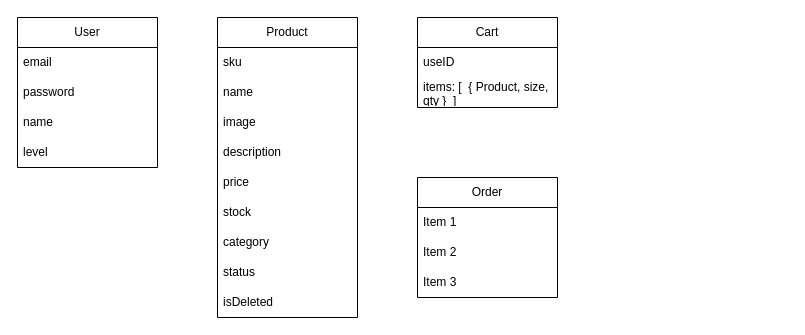
Above: H&M/server/H&M.drawio in Agratos/node-study (draw.io), before the change. Source tidied: cells renumbered, new cells numbered last; positions are measured from the earlier drawing's top-left corner, leaving out a move shared by most shapes. Both pictures are drawn from the tidied source at 100%, with x=0, y=0 at pixel (17, 17).
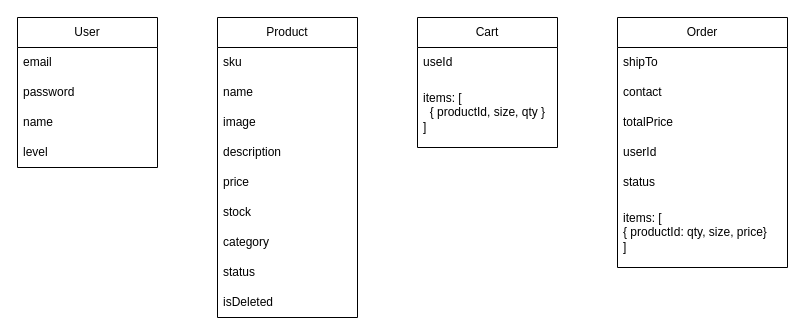
After the change.

Change to the diagram source:
```diff
@@
     <mxCell id="17" value="Cart" style="swimlane;fontStyle=0;horizontal=1;startSize=30;whiteSpace=wrap;html=1;" parent="1" vertex="1">
-      <mxGeometry x="400" width="140" height="90" as="geometry" />
+      <mxGeometry x="400" width="140" height="130" as="geometry" />
     </mxCell>
-    <mxCell id="18" value="useID" style="text;strokeColor=none;fillColor=none;align=left;verticalAlign=middle;spacingLeft=4;spacingRight=4;overflow=hidden;whiteSpace=wrap;html=1;" parent="17" vertex="1">
+    <mxCell id="18" value="useId" style="text;strokeColor=none;fillColor=none;align=left;verticalAlign=middle;spacingLeft=4;spacingRight=4;overflow=hidden;whiteSpace=wrap;html=1;" parent="17" vertex="1">
       <mxGeometry y="30" width="140" height="30" as="geometry" />
     </mxCell>
-    <mxCell id="19" value="items: [&amp;nbsp; { Product, size, qty }&amp;nbsp; ]" style="text;strokeColor=none;fillColor=none;align=left;verticalAlign=middle;spacingLeft=4;spacingRight=4;overflow=hidden;whiteSpace=wrap;html=1;" parent="17" vertex="1">
-      <mxGeometry y="60" width="140" height="30" as="geometry" />
+    <mxCell id="19" value="items: [&amp;nbsp;&amp;nbsp;&lt;div&gt;&amp;nbsp; { productId, size, qty }&amp;nbsp;&amp;nbsp;&lt;/div&gt;&lt;div&gt;]&lt;/div&gt;" style="text;strokeColor=none;fillColor=none;align=left;verticalAlign=middle;spacingLeft=4;spacingRight=4;overflow=hidden;whiteSpace=wrap;html=1;" parent="17" vertex="1">
+      <mxGeometry y="60" width="140" height="70" as="geometry" />
     </mxCell>
     <mxCell id="20" value="Order" style="swimlane;fontStyle=0;horizontal=1;startSize=30;whiteSpace=wrap;html=1;" parent="1" vertex="1">
-      <mxGeometry x="400" y="160" width="140" height="120" as="geometry" />
+      <mxGeometry x="600" width="170" height="250" as="geometry" />
     </mxCell>
-    <mxCell id="21" value="Item 1" style="text;strokeColor=none;fillColor=none;align=left;verticalAlign=middle;spacingLeft=4;spacingRight=4;overflow=hidden;whiteSpace=wrap;html=1;" parent="20" vertex="1">
-      <mxGeometry y="30" width="140" height="30" as="geometry" />
+    <mxCell id="21" value="shipTo" style="text;strokeColor=none;fillColor=none;align=left;verticalAlign=middle;spacingLeft=4;spacingRight=4;overflow=hidden;whiteSpace=wrap;html=1;" parent="20" vertex="1">
+      <mxGeometry y="30" width="170" height="30" as="geometry" />
     </mxCell>
-    <mxCell id="22" value="Item 2" style="text;strokeColor=none;fillColor=none;align=left;verticalAlign=middle;spacingLeft=4;spacingRight=4;overflow=hidden;whiteSpace=wrap;html=1;" parent="20" vertex="1">
-      <mxGeometry y="60" width="140" height="30" as="geometry" />
+    <mxCell id="22" value="contact" style="text;strokeColor=none;fillColor=none;align=left;verticalAlign=middle;spacingLeft=4;spacingRight=4;overflow=hidden;whiteSpace=wrap;html=1;" parent="20" vertex="1">
+      <mxGeometry y="60" width="170" height="30" as="geometry" />
     </mxCell>
-    <mxCell id="23" value="Item 3" style="text;strokeColor=none;fillColor=none;align=left;verticalAlign=middle;spacingLeft=4;spacingRight=4;overflow=hidden;whiteSpace=wrap;html=1;" parent="20" vertex="1">
-      <mxGeometry y="90" width="140" height="30" as="geometry" />
-    </mxCell>
+    <mxCell id="24" value="totalPrice" style="text;strokeColor=none;fillColor=none;align=left;verticalAlign=middle;spacingLeft=4;spacingRight=4;overflow=hidden;whiteSpace=wrap;html=1;" parent="20" vertex="1">
+      <mxGeometry y="90" width="170" height="30" as="geometry" />
+    </mxCell>
+    <mxCell id="25" value="userId" style="text;strokeColor=none;fillColor=none;align=left;verticalAlign=middle;spacingLeft=4;spacingRight=4;overflow=hidden;whiteSpace=wrap;html=1;" parent="20" vertex="1">
+      <mxGeometry y="120" width="170" height="30" as="geometry" />
+    </mxCell>
+    <mxCell id="26" value="status" style="text;strokeColor=none;fillColor=none;align=left;verticalAlign=middle;spacingLeft=4;spacingRight=4;overflow=hidden;whiteSpace=wrap;html=1;" parent="20" vertex="1">
+      <mxGeometry y="150" width="170" height="30" as="geometry" />
+    </mxCell>
+    <mxCell id="27" value="items: [&lt;br&gt;{&amp;nbsp;&lt;span style=&quot;background-color: initial;&quot;&gt;productId: qty, size, price}&lt;/span&gt;&lt;div&gt;&lt;div&gt;]&lt;/div&gt;&lt;/div&gt;" style="text;strokeColor=none;fillColor=none;align=left;verticalAlign=middle;spacingLeft=4;spacingRight=4;overflow=hidden;whiteSpace=wrap;html=1;" parent="20" vertex="1">
+      <mxGeometry y="180" width="170" height="70" as="geometry" />
+    </mxCell>
```
